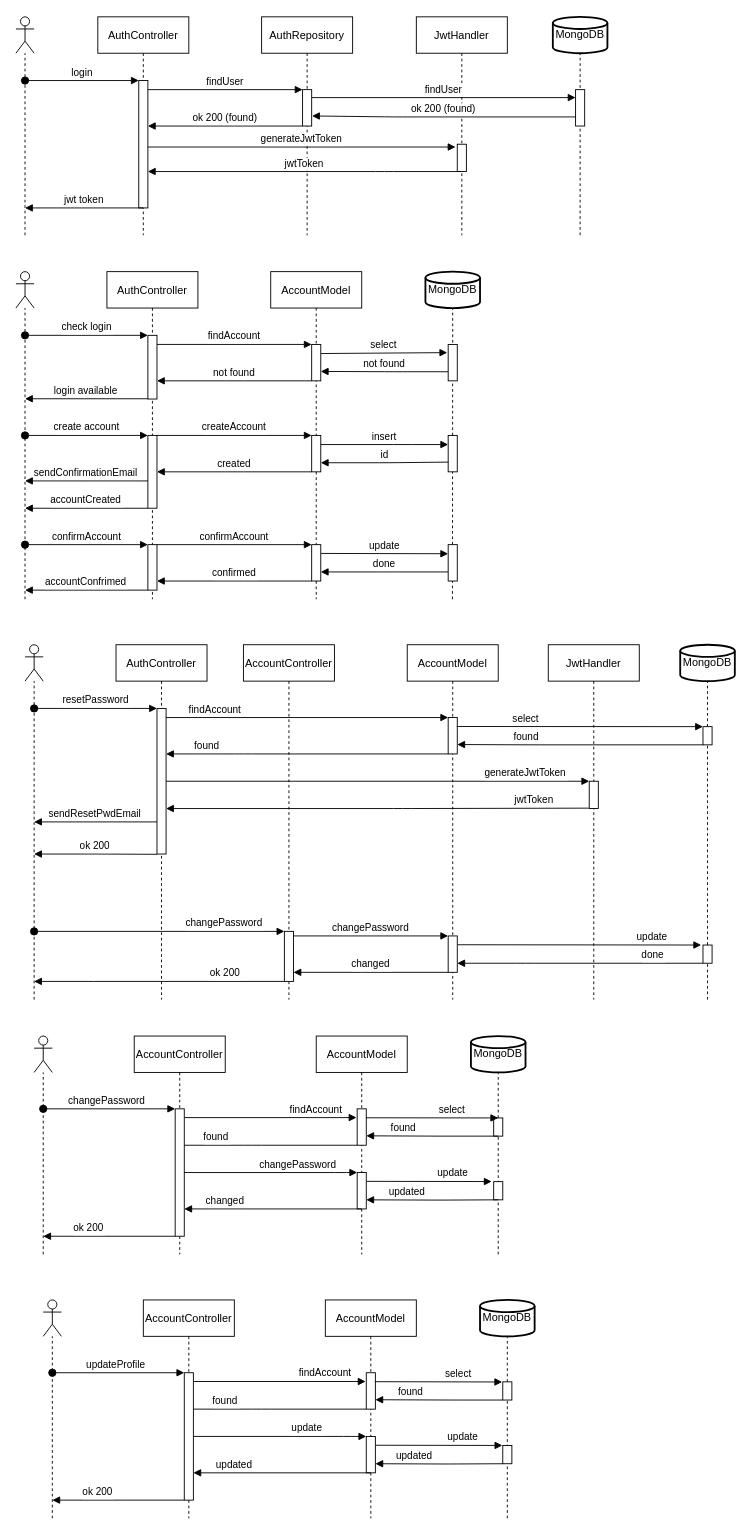
Before: diagrams/auth.drawio in shardoc/shardoc.github.io, a draw.io diagram. Source tidied: cells renumbered, new cells numbered last; positions are measured from the earlier drawing's top-left corner, leaving out a move shared by most shapes. Both pictures are drawn from the tidied source at 91%, with x=0, y=0 at pixel (15, 16).
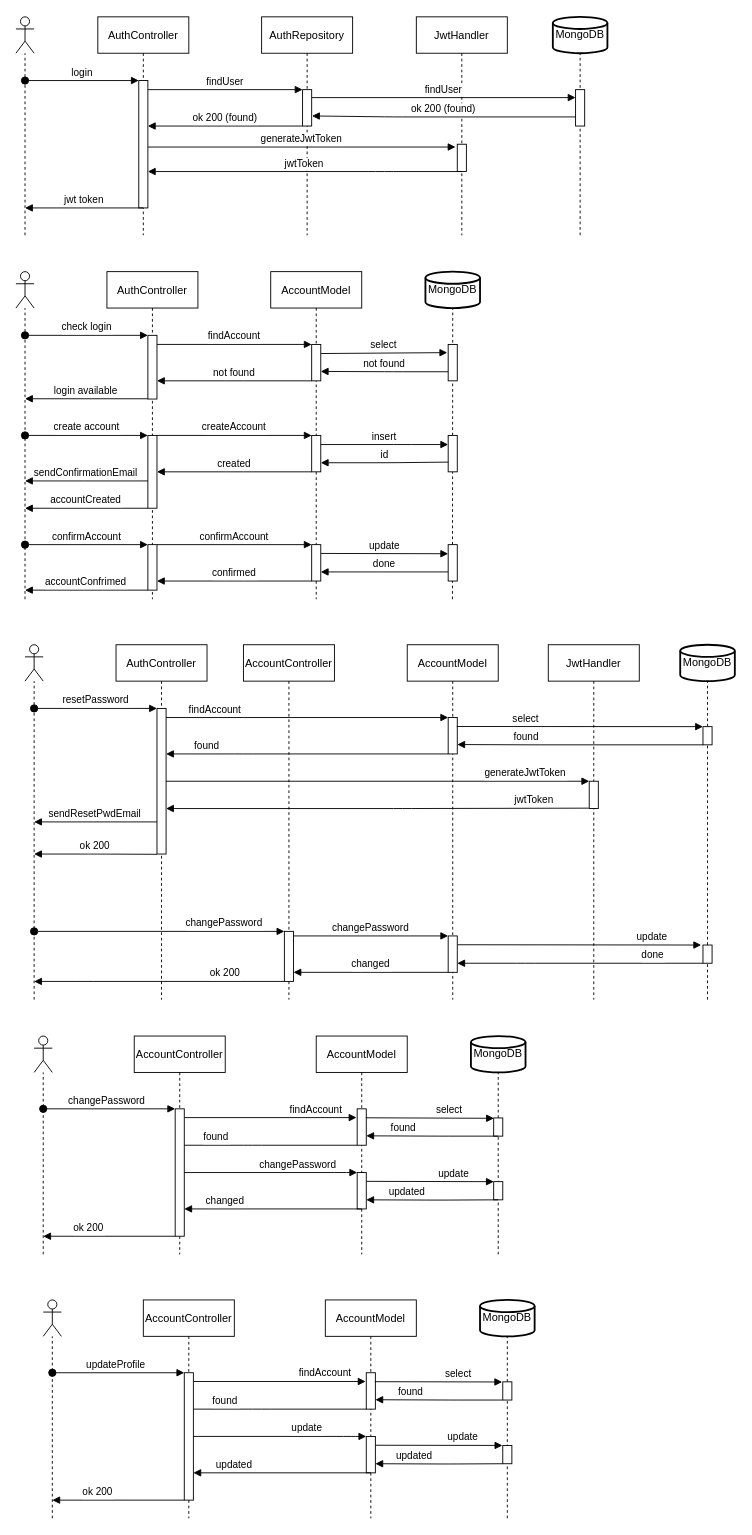
The same diagram, later.

Unchanged cells that the change refers to:
```xml
<mxCell id="86" style="points=[];perimeter=orthogonalPerimeter;rounded=0;shadow=0;strokeWidth=1;" parent="85" vertex="1">
  <mxGeometry x="45" y="80" width="10" height="40" as="geometry" />
</mxCell>
<mxCell id="87" style="points=[];perimeter=orthogonalPerimeter;rounded=0;shadow=0;strokeWidth=1;" parent="85" vertex="1">
  <mxGeometry x="45" y="150" width="10" height="40" as="geometry" />
</mxCell>
<mxCell id="96" style="points=[];perimeter=orthogonalPerimeter;rounded=0;shadow=0;strokeWidth=1;" parent="1" vertex="1">
  <mxGeometry x="525" y="1210" width="10" height="20" as="geometry" />
</mxCell>
<mxCell id="99" style="points=[];perimeter=orthogonalPerimeter;rounded=0;shadow=0;strokeWidth=1;" parent="1" vertex="1">
  <mxGeometry x="525" y="1280" width="10" height="20" as="geometry" />
</mxCell>
```

Diff of the diagram source:
```diff
@@
-    <mxCell id="97" value="select" style="verticalAlign=bottom;endArrow=block;shadow=0;strokeWidth=1;exitX=0.943;exitY=0.246;exitDx=0;exitDy=0;exitPerimeter=0;" parent="1" edge="1" source="86">
-      <mxGeometry x="0.31" relative="1" as="geometry">
-        <mxPoint x="530" y="1210" as="targetPoint" />
-      </mxGeometry>
+    <mxCell id="97" value="select" style="verticalAlign=bottom;endArrow=block;shadow=0;strokeWidth=1;exitX=0.943;exitY=0.246;exitDx=0;exitDy=0;exitPerimeter=0;entryX=0.028;entryY=0.02;entryDx=0;entryDy=0;entryPerimeter=0;" parent="1" edge="1" source="86" target="96">
+      <mxGeometry x="0.31" relative="1" as="geometry" />
     </mxCell>
@@
-    <mxCell id="100" value="update" style="verticalAlign=bottom;endArrow=block;shadow=0;strokeWidth=1;exitX=1.033;exitY=0.242;exitDx=0;exitDy=0;exitPerimeter=0;entryX=-0.221;entryY=-0.005;entryDx=0;entryDy=0;entryPerimeter=0;" parent="1" edge="1" source="87" target="99">
+    <mxCell id="100" value="update" style="verticalAlign=bottom;endArrow=block;shadow=0;strokeWidth=1;exitX=1.033;exitY=0.242;exitDx=0;exitDy=0;exitPerimeter=0;entryX=0.017;entryY=0.003;entryDx=0;entryDy=0;entryPerimeter=0;" parent="1" edge="1" source="87" target="99">
       <mxGeometry x="0.38" relative="1" as="geometry" />
     </mxCell>
```
